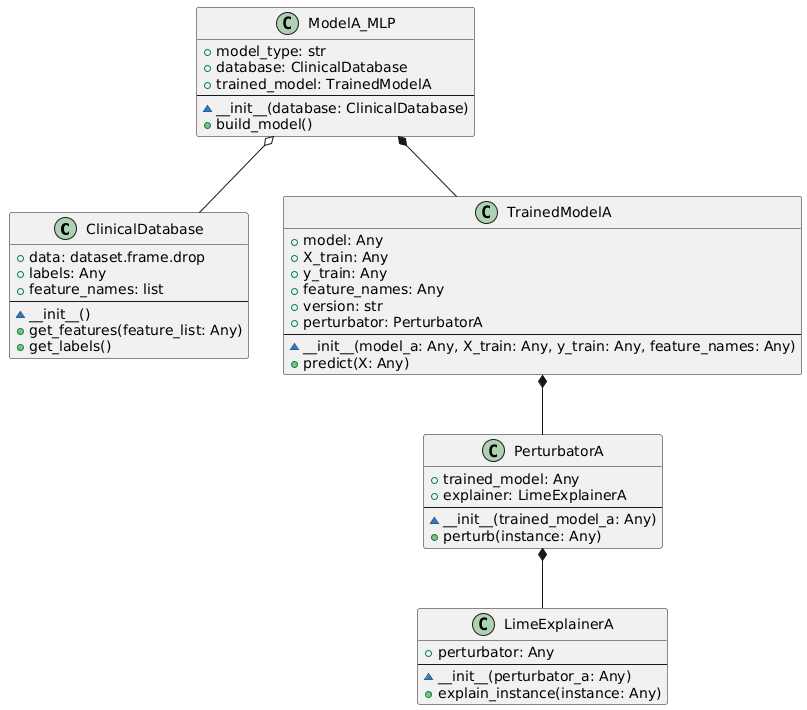
This is ClinicalModule/clinical_lime_UMLOOMODELER_diagram.png from miklotovx/UMLOOModeler, a PlantUML export, as it was before one commit. The source it was exported from:
```plantuml
@startuml

class "ClinicalDatabase" {
  + data: dataset.frame.drop
  + labels: Any
  + feature_names: list
  --
  ~ __init__()
  + get_features(feature_list: Any)
  + get_labels()
}

class "ModelA_MLP" {
  + model_type: str
  + database: ClinicalDatabase
  + trained_model: TrainedModelA
  --
  ~ __init__(database: ClinicalDatabase)
  + build_model()
}

class "TrainedModelA" {
  + model: Any
  + X_train: Any
  + y_train: Any
  + feature_names: Any
  + version: str
  + perturbator: PerturbatorA
  --
  ~ __init__(model_a: Any, X_train: Any, y_train: Any, feature_names: Any)
  + predict(X: Any)
}

class "PerturbatorA" {
  + trained_model: Any
  + explainer: LimeExplainerA
  --
  ~ __init__(trained_model_a: Any)
  + perturb(instance: Any)
}

class "LimeExplainerA" {
  + perturbator: Any
  --
  ~ __init__(perturbator_a: Any)
  + explain_instance(instance: Any)
}

ModelA_MLP *-- TrainedModelA
TrainedModelA *-- PerturbatorA
PerturbatorA *-- LimeExplainerA
ModelA_MLP o-- ClinicalDatabase
@enduml
```
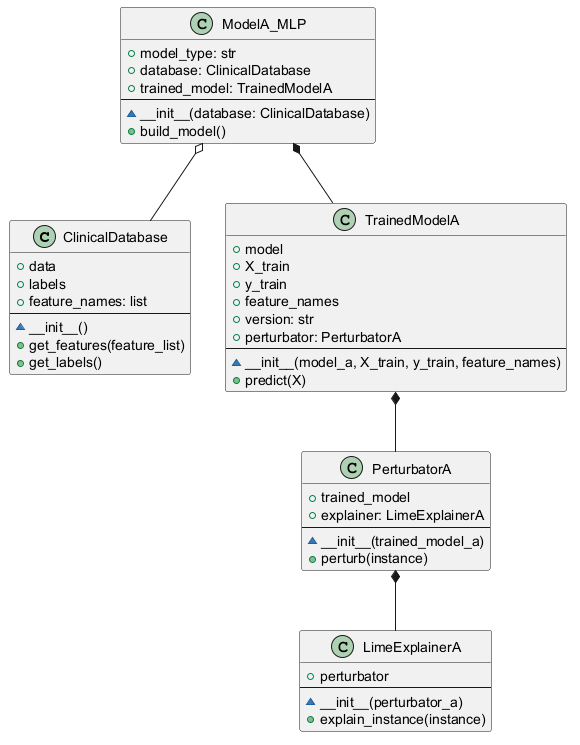
After the commit.

What changed in the source:
```diff
@@ -1,12 +1,12 @@
 @startuml
 
 class "ClinicalDatabase" {
-  + data: dataset.frame.drop
-  + labels: Any
+  + data
+  + labels
   + feature_names: list
   --
   ~ __init__()
-  + get_features(feature_list: Any)
+  + get_features(feature_list)
   + get_labels()
 }
 
@@ -20,30 +20,30 @@
 }
 
 class "TrainedModelA" {
-  + model: Any
-  + X_train: Any
-  + y_train: Any
-  + feature_names: Any
+  + model
+  + X_train
+  + y_train
+  + feature_names
   + version: str
   + perturbator: PerturbatorA
   --
-  ~ __init__(model_a: Any, X_train: Any, y_train: Any, feature_names: Any)
-  + predict(X: Any)
+  ~ __init__(model_a, X_train, y_train, feature_names)
+  + predict(X)
 }
 
 class "PerturbatorA" {
-  + trained_model: Any
+  + trained_model
   + explainer: LimeExplainerA
   --
-  ~ __init__(trained_model_a: Any)
-  + perturb(instance: Any)
+  ~ __init__(trained_model_a)
+  + perturb(instance)
 }
 
 class "LimeExplainerA" {
-  + perturbator: Any
+  + perturbator
   --
-  ~ __init__(perturbator_a: Any)
-  + explain_instance(instance: Any)
+  ~ __init__(perturbator_a)
+  + explain_instance(instance)
 }
 
 ModelA_MLP *-- TrainedModelA
```
